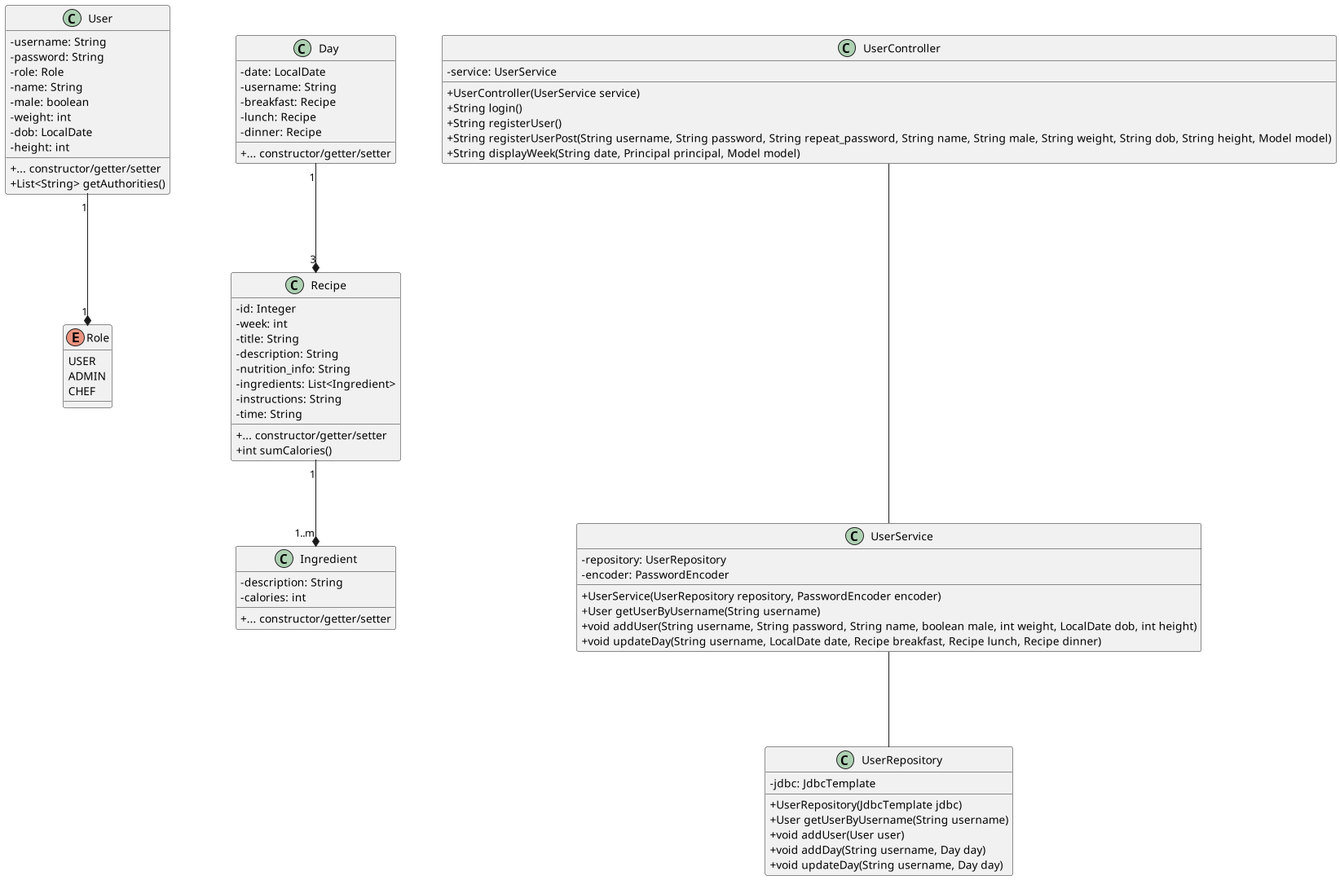
Above: diagram/class-diagram.png in sofush/kostplan (PlantUML), before the change.
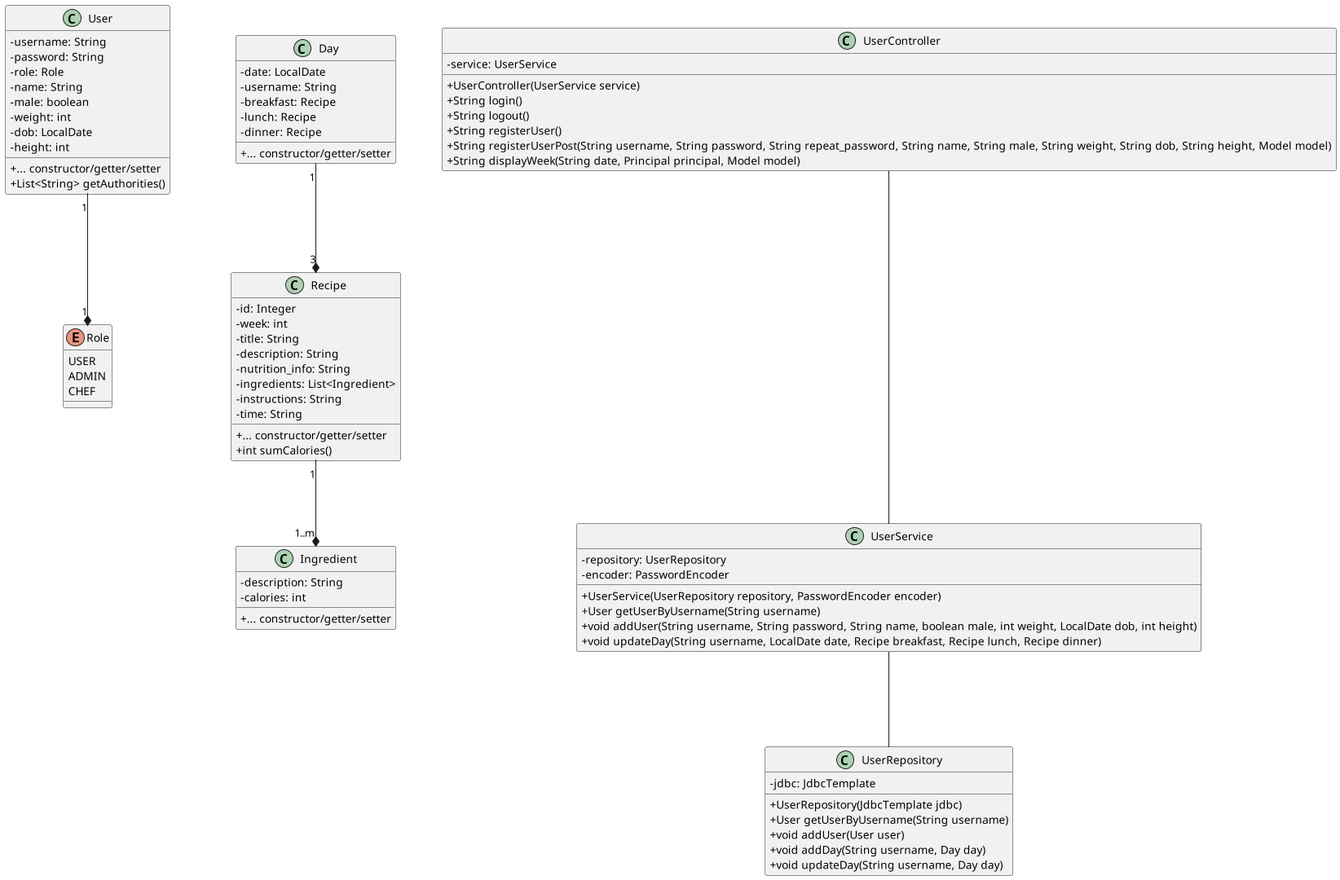
Later version of the same file.

Commit message:
docs: add logout route to UserController

Change to the diagram source:
```diff
@@ -47,6 +47,7 @@
 	- service: UserService
 	+ UserController(UserService service)
 	+ String login()
+	+ String logout()
 	+ String registerUser()
 	+ String registerUserPost(String username, String password, String repeat_password, String name, String male, String weight, String dob, String height, Model model)
 	+ String displayWeek(String date, Principal principal, Model model)
```
